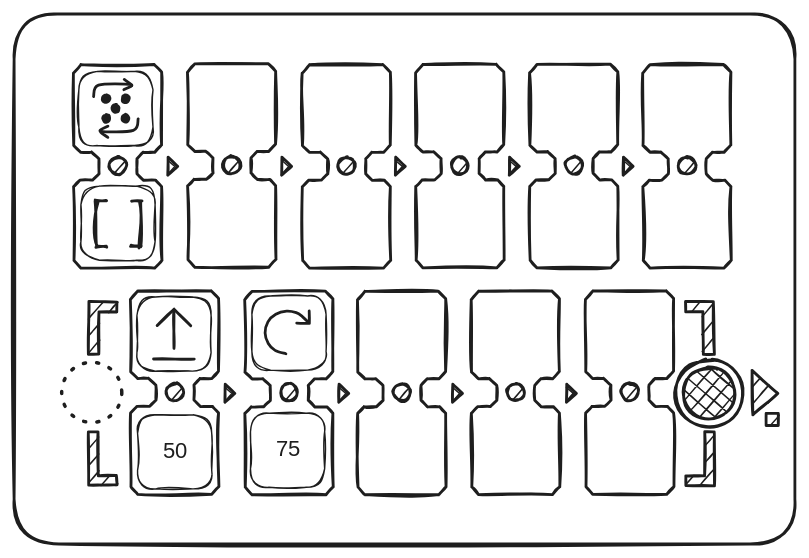
Above: docs/images/5angles.excalidraw.svg in primastem/docs (Excalidraw), before the change. Source tidied: one line per element, renumbered; positions are measured from the earlier drawing's top-left corner, leaving out a move shared by most shapes.
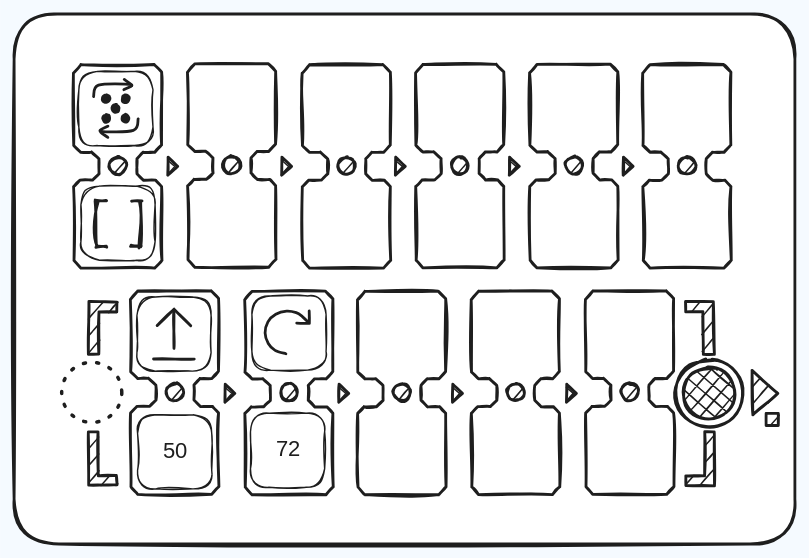
Above is the later version.

What changed in the source:
```diff
@@ -43,7 +43,7 @@
 {"id": 42, "type": "line", "strokeColor": "#1e1e1e", "backgroundColor": "#1e1e1e", "fillStyle": "solid", "strokeWidth": 2, "roughness": 2, "x": 84, "y": 134, "width": 8, "height": 32, "points": [[0, 0], [7, 0], [7, 32], [-1, 32]]}
 {"id": 43, "type": "line", "strokeColor": "#1e1e1e", "backgroundColor": "#1e1e1e", "fillStyle": "solid", "strokeWidth": 2, "roughness": 2, "x": 66, "y": 134, "width": 8, "height": 32, "points": [[0, 0], [-7, 0], [-7, 32], [0, 32]]}
 {"id": 44, "type": "rectangle", "strokeColor": "#1e1e1e", "backgroundColor": "#ffffff", "fillStyle": "solid", "strokeWidth": 1, "roughness": 1, "round": true, "x": 169, "y": 285, "width": 53, "height": 53}
-{"id": 45, "type": "text", "text": "75", "strokeColor": "#1e1e1e", "backgroundColor": "#ffffff", "fillStyle": "cross-hatch", "strokeWidth": 1, "strokeStyle": "dotted", "roughness": 0, "fontSize": 16, "fontFamily": 5, "textAlign": "center", "verticalAlign": "middle", "inside": 44, "x": 186, "y": 301, "width": 19, "height": 20}
+{"id": 45, "type": "text", "text": "72", "strokeColor": "#1e1e1e", "backgroundColor": "#ffffff", "fillStyle": "cross-hatch", "strokeWidth": 1, "strokeStyle": "dotted", "roughness": 0, "fontSize": 16, "fontFamily": 5, "textAlign": "center", "verticalAlign": "middle", "inside": 44, "x": 185, "y": 301, "width": 20, "height": 20}
 {"id": 46, "type": "rectangle", "strokeColor": "#1e1e1e", "backgroundColor": "#ffffff", "fillStyle": "solid", "strokeWidth": 1, "roughness": 1, "round": true, "x": 88, "y": 202, "width": 53, "height": 53}
 {"id": 47, "type": "line", "strokeColor": "#1e1e1e", "backgroundColor": "#ffffff", "fillStyle": "hachure", "strokeWidth": 2, "roughness": 1, "x": 102, "y": 222, "width": 24, "height": 12, "points": [[0, 0], [12, -12], [24, 0]]}
 {"id": 48, "type": "line", "strokeColor": "#1e1e1e", "backgroundColor": "#ffffff", "fillStyle": "hachure", "strokeWidth": 2, "roughness": 1, "x": 114, "y": 211, "width": 0, "height": 28, "points": [[0, 0], [0, 28]]}
```
